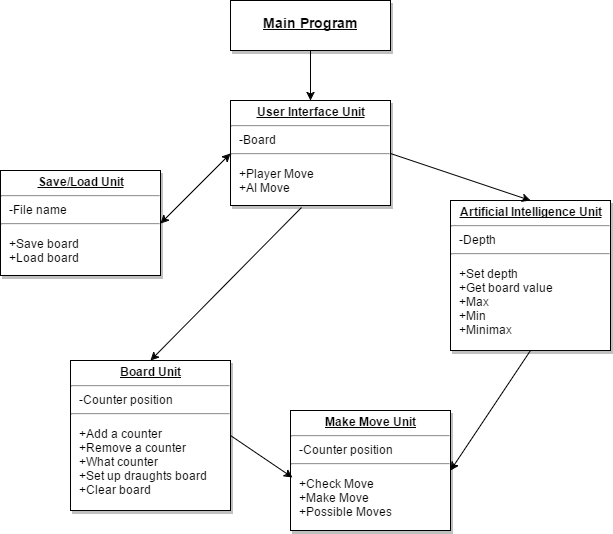
Above: docs/Before_Class_Diagram.png in pixelations/cs_checkers_a (draw.io), before the change. Source tidied: cells renumbered, new cells last; positions are measured from the earlier drawing's top-left corner, leaving out a move shared by most shapes.
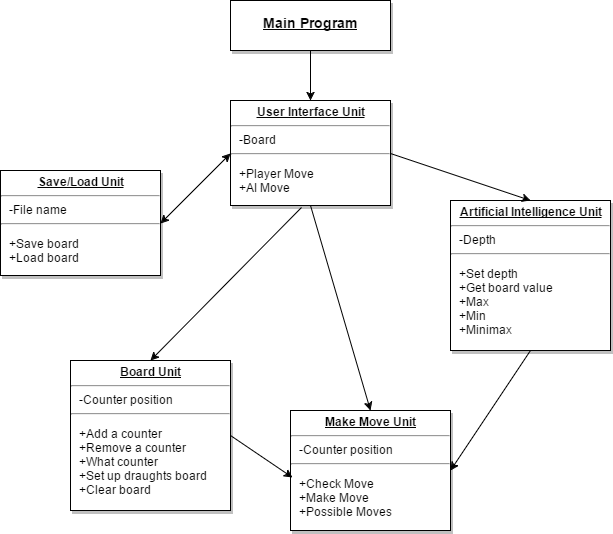
The same file after the commit.

Diff of the diagram source:
```diff
@@ -21,22 +21,25 @@
       <mxGeometry x="70" y="360" width="160" height="150" as="geometry" />
     </mxCell>
     <mxCell id="8" style="endArrow=classic;startArrow=classic;html=1;entryX=1;entryY=0.5;exitX=0;exitY=0.5;" parent="1" edge="1" source="2" target="6">
-      <mxGeometry x="570" y="393" as="geometry" />
+      <mxGeometry relative="1" as="geometry" />
     </mxCell>
     <mxCell id="9" style="endArrow=classic;html=1;entryX=1;entryY=0.5;exitX=0.5;exitY=1;" parent="1" edge="1" source="3" target="5">
-      <mxGeometry x="860" y="590" as="geometry" />
+      <mxGeometry relative="1" as="geometry" />
     </mxCell>
     <mxCell id="10" style="endArrow=classic;html=1;entryX=0.013;entryY=0.558;entryPerimeter=0;exitX=1;exitY=0.5;" parent="1" edge="1" source="7" target="5">
-      <mxGeometry x="640" y="675" as="geometry" />
+      <mxGeometry relative="1" as="geometry" />
     </mxCell>
     <mxCell id="11" style="endArrow=classic;html=1;exitX=1;exitY=0.5;entryX=0.5;entryY=0;" parent="1" edge="1" source="2" target="3">
-      <mxGeometry x="800" y="393" as="geometry" />
+      <mxGeometry relative="1" as="geometry" />
     </mxCell>
     <mxCell id="12" style="endArrow=classic;html=1;entryX=0.5;entryY=0;exitX=0.444;exitY=1.019;exitPerimeter=0;" parent="1" edge="1" source="2" target="7">
-      <mxGeometry x="560" y="447" as="geometry" />
+      <mxGeometry relative="1" as="geometry" />
     </mxCell>
     <mxCell id="13" style="endArrow=classic;html=1;exitX=0.5;exitY=1;entryX=0.5;entryY=0;" parent="1" edge="1" source="4" target="2">
-      <mxGeometry x="720" y="290" as="geometry" />
+      <mxGeometry relative="1" as="geometry" />
     </mxCell>
+    <mxCell id="14" style="endArrow=classic;html=1;exitX=0.5;exitY=1;entryX=0.5;entryY=0;" parent="1" edge="1" source="2" target="5">
+      <mxGeometry relative="1" as="geometry" />
+    </mxCell>
   </root>
 </mxGraphModel>
```
